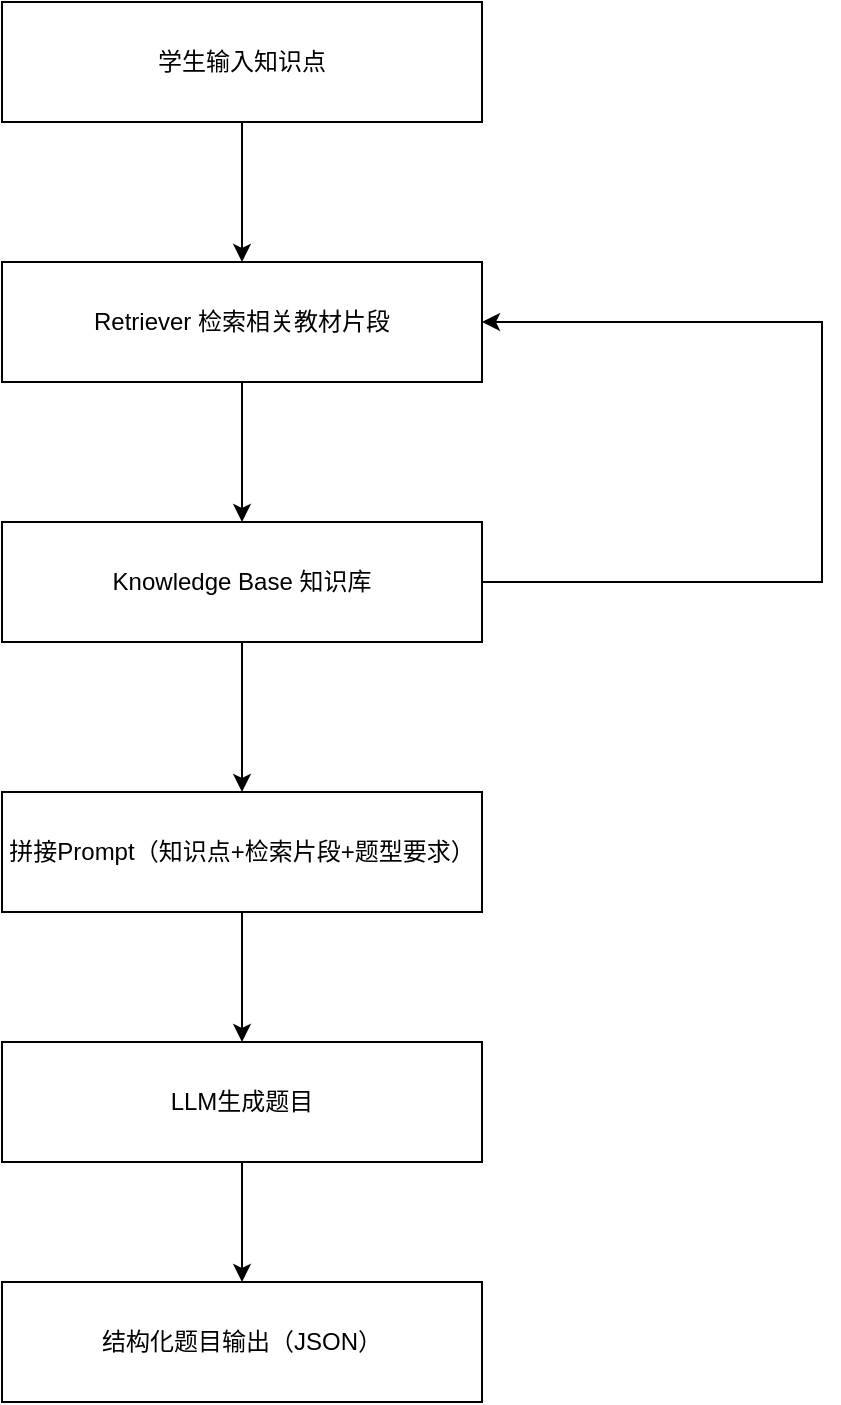
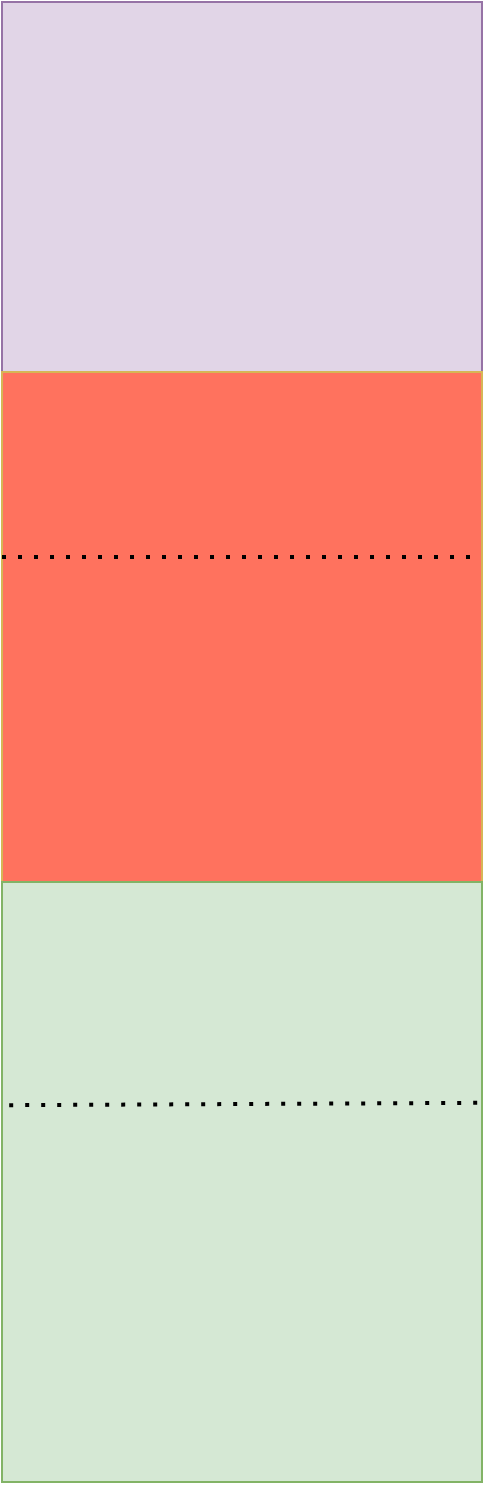
<mxfile host="app.diagrams.net">
  <diagram name="第 1 页" id="KJzcn82mRPZN7ZLXZjkm">
    <mxGraphModel dx="807" dy="775" grid="1" gridSize="10" guides="1" tooltips="1" connect="1" arrows="1" fold="1" page="1" pageScale="1" pageWidth="827" pageHeight="1169" math="0" shadow="0">
      <root>
        <mxCell id="0" />
        <mxCell id="1" parent="0" />
-         <mxCell id="5P-VIeuCS6NQ8PFsbLSX-10" edge="1" parent="1" source="5P-VIeuCS6NQ8PFsbLSX-1" style="edgeStyle=orthogonalEdgeStyle;rounded=0;orthogonalLoop=1;jettySize=auto;html=1;entryX=0.5;entryY=0;entryDx=0;entryDy=0;" target="5P-VIeuCS6NQ8PFsbLSX-7">
-           <mxGeometry relative="1" as="geometry" />
+         <mxCell id="5P-VIeuCS6NQ8PFsbLSX-1" parent="1" style="rounded=0;whiteSpace=wrap;html=1;" value="" vertex="1">
+           <mxGeometry height="740" width="240" x="340" y="120" as="geometry" />
        </mxCell>
-         <mxCell id="5P-VIeuCS6NQ8PFsbLSX-1" parent="1" style="rounded=0;whiteSpace=wrap;html=1;" value="学生输入知识点" vertex="1">
-           <mxGeometry height="60" width="240" x="340" y="120" as="geometry" />
+         <mxCell id="TWzMjdOe8S36tebSi4Z7-1" parent="1" style="rounded=0;whiteSpace=wrap;html=1;fillColor=#e1d5e7;strokeColor=#9673a6;" value="" vertex="1">
+           <mxGeometry height="230" width="240" x="340" y="120" as="geometry" />
        </mxCell>
-         <mxCell id="5P-VIeuCS6NQ8PFsbLSX-11" edge="1" parent="1" source="5P-VIeuCS6NQ8PFsbLSX-7" style="edgeStyle=orthogonalEdgeStyle;rounded=0;orthogonalLoop=1;jettySize=auto;html=1;entryX=0.5;entryY=0;entryDx=0;entryDy=0;" target="5P-VIeuCS6NQ8PFsbLSX-8">
-           <mxGeometry relative="1" as="geometry" />
+         <mxCell id="TWzMjdOe8S36tebSi4Z7-2" parent="1" style="rounded=0;whiteSpace=wrap;html=1;fillColor=#FF725E;strokeColor=#d6b656;" value="" vertex="1">
+           <mxGeometry height="370" width="240" x="340" y="305" as="geometry" />
        </mxCell>
-         <mxCell id="5P-VIeuCS6NQ8PFsbLSX-7" parent="1" style="rounded=0;whiteSpace=wrap;html=1;" value="Retriever 检索相关教材片段" vertex="1">
-           <mxGeometry height="60" width="240" x="340" y="250" as="geometry" />
+         <mxCell id="TWzMjdOe8S36tebSi4Z7-3" parent="1" style="rounded=0;whiteSpace=wrap;html=1;fillColor=#d5e8d4;strokeColor=#82b366;" value="" vertex="1">
+           <mxGeometry height="300" width="240" x="340" y="560" as="geometry" />
        </mxCell>
-         <mxCell id="5P-VIeuCS6NQ8PFsbLSX-12" edge="1" parent="1" source="5P-VIeuCS6NQ8PFsbLSX-8" style="edgeStyle=orthogonalEdgeStyle;rounded=0;orthogonalLoop=1;jettySize=auto;html=1;exitX=0.5;exitY=1;exitDx=0;exitDy=0;entryX=0.5;entryY=0;entryDx=0;entryDy=0;" target="5P-VIeuCS6NQ8PFsbLSX-9">
-           <mxGeometry relative="1" as="geometry" />
-         </mxCell>
-         <mxCell id="Ngu2khXmXwv0u9u5_BW8-5" edge="1" parent="1" source="5P-VIeuCS6NQ8PFsbLSX-8" style="edgeStyle=orthogonalEdgeStyle;rounded=0;orthogonalLoop=1;jettySize=auto;html=1;entryX=1;entryY=0.5;entryDx=0;entryDy=0;" target="5P-VIeuCS6NQ8PFsbLSX-7">
-           <mxGeometry relative="1" as="geometry">
-             <Array as="points">
-               <mxPoint x="750" y="410" />
-               <mxPoint x="750" y="280" />
-             </Array>
-             <mxPoint x="710" y="280" as="targetPoint" />
+         <mxCell id="TWzMjdOe8S36tebSi4Z7-4" edge="1" parent="1" source="TWzMjdOe8S36tebSi4Z7-2" style="endArrow=none;dashed=1;html=1;dashPattern=1 3;strokeWidth=2;rounded=0;exitX=0;exitY=0.25;exitDx=0;exitDy=0;entryX=1;entryY=0.25;entryDx=0;entryDy=0;" target="TWzMjdOe8S36tebSi4Z7-2" value="">
+           <mxGeometry height="50" relative="1" width="50" as="geometry">
+             <mxPoint x="520" y="520" as="sourcePoint" />
+             <mxPoint x="570" y="470" as="targetPoint" />
          </mxGeometry>
        </mxCell>
-         <mxCell id="5P-VIeuCS6NQ8PFsbLSX-8" parent="1" style="rounded=0;whiteSpace=wrap;html=1;" value="Knowledge Base 知识库" vertex="1">
-           <mxGeometry height="60" width="240" x="340" y="380" as="geometry" />
-         </mxCell>
-         <mxCell id="Ngu2khXmXwv0u9u5_BW8-2" edge="1" parent="1" source="5P-VIeuCS6NQ8PFsbLSX-9" style="edgeStyle=orthogonalEdgeStyle;rounded=0;orthogonalLoop=1;jettySize=auto;html=1;entryX=0.5;entryY=0;entryDx=0;entryDy=0;" target="5P-VIeuCS6NQ8PFsbLSX-18">
-           <mxGeometry relative="1" as="geometry" />
-         </mxCell>
-         <mxCell id="5P-VIeuCS6NQ8PFsbLSX-9" parent="1" style="rounded=0;whiteSpace=wrap;html=1;" value="拼接Prompt（知识点+检索片段+题型要求）" vertex="1">
-           <mxGeometry height="60" width="240" x="340" y="515" as="geometry" />
-         </mxCell>
-         <mxCell id="Ngu2khXmXwv0u9u5_BW8-4" edge="1" parent="1" source="5P-VIeuCS6NQ8PFsbLSX-18" style="edgeStyle=orthogonalEdgeStyle;rounded=0;orthogonalLoop=1;jettySize=auto;html=1;entryX=0.5;entryY=0;entryDx=0;entryDy=0;" target="Ngu2khXmXwv0u9u5_BW8-3">
-           <mxGeometry relative="1" as="geometry" />
-         </mxCell>
-         <mxCell id="5P-VIeuCS6NQ8PFsbLSX-18" parent="1" style="rounded=0;whiteSpace=wrap;html=1;" value="LLM生成题目" vertex="1">
-           <mxGeometry height="60" width="240" x="340" y="640" as="geometry" />
-         </mxCell>
-         <mxCell id="Ngu2khXmXwv0u9u5_BW8-3" parent="1" style="rounded=0;whiteSpace=wrap;html=1;" value="结构化题目输出（JSON）" vertex="1">
-           <mxGeometry height="60" width="240" x="340" y="760" as="geometry" />
+         <mxCell id="TWzMjdOe8S36tebSi4Z7-5" edge="1" parent="1" source="TWzMjdOe8S36tebSi4Z7-3" style="endArrow=none;dashed=1;html=1;dashPattern=1 3;strokeWidth=2;rounded=0;exitX=0.015;exitY=0.372;exitDx=0;exitDy=0;entryX=0.993;entryY=0.368;entryDx=0;entryDy=0;exitPerimeter=0;entryPerimeter=0;" target="TWzMjdOe8S36tebSi4Z7-3" value="">
+           <mxGeometry height="50" relative="1" width="50" as="geometry">
+             <mxPoint x="520" y="520" as="sourcePoint" />
+             <mxPoint x="570" y="470" as="targetPoint" />
+           </mxGeometry>
        </mxCell>
      </root>
    </mxGraphModel>
  </diagram>
</mxfile>
